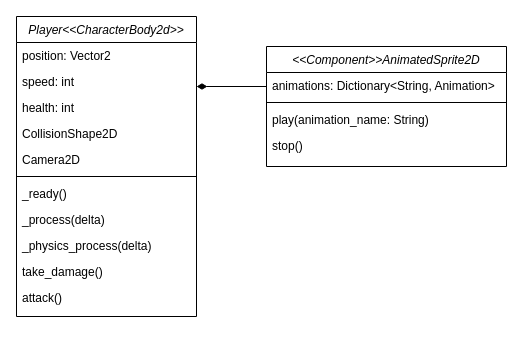
Before: Documentation/images/design/Player_Class_Diagram.drawio in JCSnelson/JSnelson-NEA, a draw.io diagram. Source tidied: cells renumbered, new cells numbered last; positions are measured from the earlier drawing's top-left corner, leaving out a move shared by most shapes. Both pictures are drawn from the tidied source at 100%, with x=0, y=0 at pixel (16, 16).
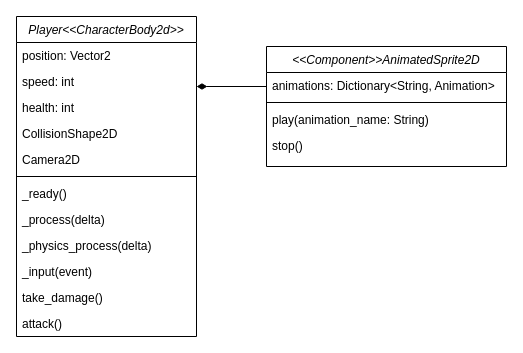
The same diagram, later.

What changed in the source:
```diff
@@
     <mxCell id="2" value="Player&lt;&lt;CharacterBody2d&gt;&gt;" style="swimlane;fontStyle=2;align=center;verticalAlign=top;horizontal=1;startSize=26;rounded=0;shadow=0;strokeWidth=1;" parent="1" vertex="1">
-      <mxGeometry width="180" height="300" as="geometry" />
+      <mxGeometry width="180" height="320" as="geometry" />
     </mxCell>
@@
+    <mxCell id="20" value="_input(event)" style="text;align=left;verticalAlign=top;spacingLeft=4;spacingRight=4;overflow=hidden;rounded=0;shadow=0;html=0;" parent="2" vertex="1">
+      <mxGeometry y="242" width="180" height="26" as="geometry" />
+    </mxCell>
     <mxCell id="12" value="take_damage()" style="text;align=left;verticalAlign=top;spacingLeft=4;spacingRight=4;overflow=hidden;rounded=0;shadow=0;html=0;" parent="2" vertex="1">
-      <mxGeometry y="242" width="180" height="26" as="geometry" />
+      <mxGeometry y="268" width="180" height="26" as="geometry" />
     </mxCell>
     <mxCell id="13" value="attack()" style="text;align=left;verticalAlign=top;spacingLeft=4;spacingRight=4;overflow=hidden;rounded=0;shadow=0;html=0;" parent="2" vertex="1">
-      <mxGeometry y="268" width="180" height="26" as="geometry" />
+      <mxGeometry y="294" width="180" height="26" as="geometry" />
     </mxCell>
```
